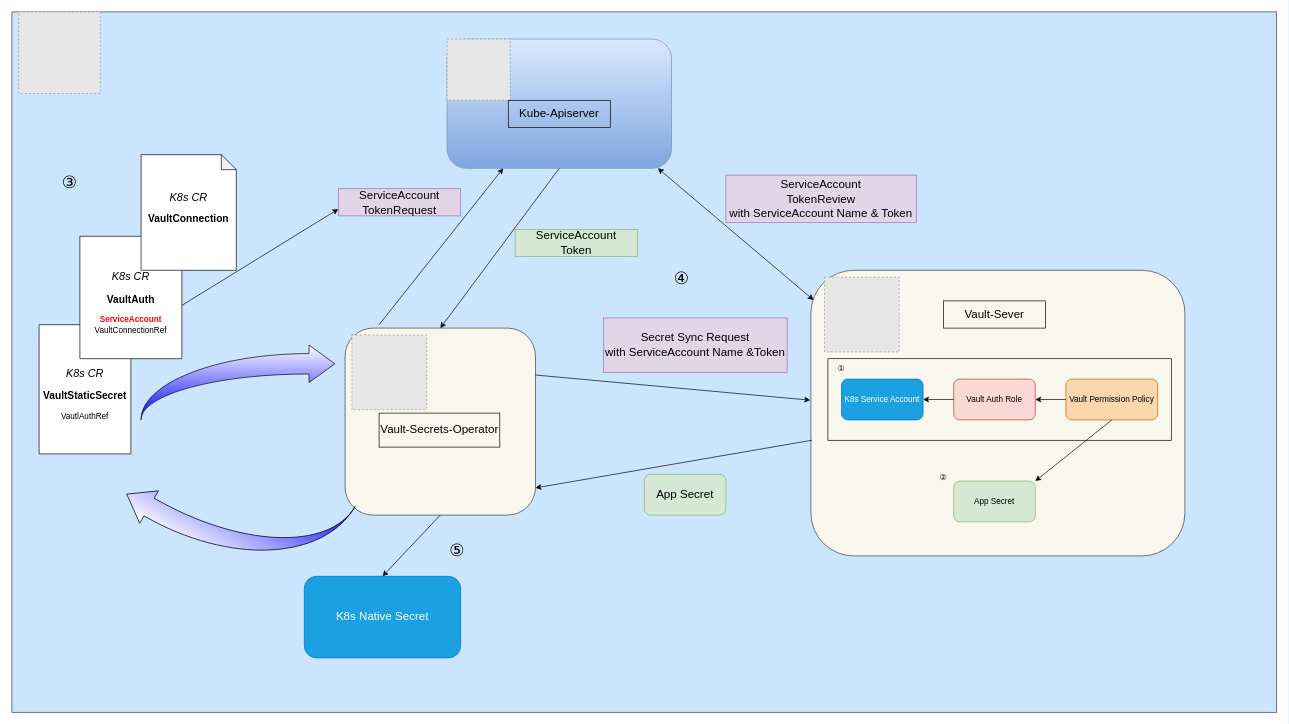
YanshanSong/draw.io keeps this draw.io diagram as page "workflow-and-mechanism" (3 of 3) of vault-secrets-operator-poc.drawio. Above is the earlier version. Source tidied: cells renumbered, new cells numbered last; positions are measured from the earlier drawing's top-left corner, leaving out a move shared by most shapes. Both pictures are drawn from the tidied source at 68%, with x=0, y=0 at pixel (12, 12). Pictures stored in the file or linked from it are replaced by grey dashed boxes.
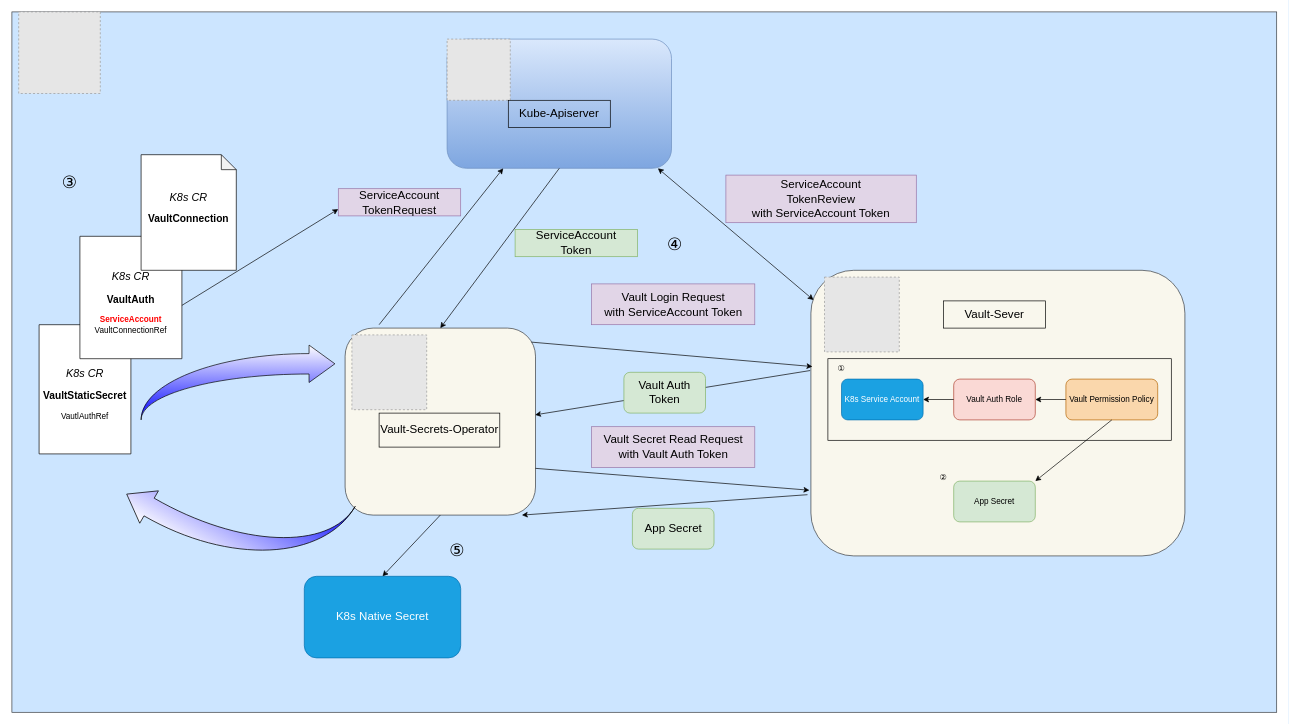
After the change.

The change refers to these unchanged cells:
```xml
<mxCell id="5" style="rounded=1;whiteSpace=wrap;html=1;fillColor=#f9f7ed;strokeColor=#36393d;" parent="4" vertex="1">
  <mxGeometry width="280" height="275" as="geometry" />
</mxCell>
<mxCell id="19" style="rounded=1;whiteSpace=wrap;html=1;fillColor=#f9f7ed;strokeColor=#36393d;" parent="18" vertex="1">
  <mxGeometry width="550" height="420" as="geometry" />
</mxCell>
```

The edit, as a diff of the source:
```diff
@@
-    <mxCell id="32" style="endArrow=classic;html=1;rounded=0;fontFamily=Helvetica;fontSize=12;fontColor=default;" parent="1" edge="1">
-      <mxGeometry relative="1" as="geometry">
-        <mxPoint x="770" y="534" as="sourcePoint" />
-        <mxPoint x="1174" y="571" as="targetPoint" />
-      </mxGeometry>
+    <mxCell id="32" style="endArrow=classic;html=1;rounded=0;fontFamily=Helvetica;fontSize=12;fontColor=default;exitX=0.979;exitY=0.075;exitDx=0;exitDy=0;exitPerimeter=0;entryX=0.004;entryY=0.337;entryDx=0;entryDy=0;entryPerimeter=0;" parent="1" edge="1" source="5" target="19">
+      <mxGeometry relative="1" as="geometry" />
     </mxCell>
-    <mxCell id="33" value="&lt;font style=&quot;font-size: 17px;&quot;&gt;Secret Sync Request&lt;br style=&quot;&quot;&gt;with ServiceAccount Name &amp;amp;Token&lt;/font&gt;" style="text;html=1;align=center;verticalAlign=middle;whiteSpace=wrap;rounded=0;fontFamily=Helvetica;fontSize=18;strokeColor=#9673a6;strokeWidth=1;fillColor=#e1d5e7;" parent="1" vertex="1">
-      <mxGeometry x="870" y="450" width="270" height="80" as="geometry" />
+    <mxCell id="33" value="&lt;font style=&quot;font-size: 17px;&quot;&gt;Vault Login Request&lt;br style=&quot;&quot;&gt;with ServiceAccount Token&lt;/font&gt;" style="text;html=1;align=center;verticalAlign=middle;whiteSpace=wrap;rounded=0;fontFamily=Helvetica;fontSize=18;strokeColor=#9673a6;strokeWidth=1;fillColor=#e1d5e7;" parent="1" vertex="1">
+      <mxGeometry x="852.5" y="400" width="240" height="60" as="geometry" />
     </mxCell>
-    <mxCell id="34" style="endArrow=classic;html=1;rounded=0;fontFamily=Helvetica;fontSize=12;fontColor=default;exitX=0.003;exitY=0.595;exitDx=0;exitDy=0;exitPerimeter=0;" parent="1" edge="1" source="19">
+    <mxCell id="34" style="endArrow=classic;html=1;rounded=0;fontFamily=Helvetica;fontSize=12;fontColor=default;" parent="1" edge="1">
       <mxGeometry relative="1" as="geometry">
-        <mxPoint x="770" y="700" as="targetPoint" />
+        <mxPoint x="1170" y="710" as="sourcePoint" />
+        <mxPoint x="750" y="740" as="targetPoint" />
       </mxGeometry>
     </mxCell>
     <mxCell id="35" value="&lt;font style=&quot;font-size: 17px;&quot;&gt;App Secret&lt;/font&gt;" style="rounded=1;whiteSpace=wrap;html=1;strokeColor=#82b366;align=center;verticalAlign=middle;fontFamily=Helvetica;fontSize=12;fillColor=#d5e8d4;" parent="1" vertex="1">
-      <mxGeometry x="930" y="680" width="120" height="60" as="geometry" />
+      <mxGeometry x="912.5" y="730" width="120" height="60" as="geometry" />
     </mxCell>
@@
-    <mxCell id="39" value="&lt;font style=&quot;font-size: 17px;&quot;&gt;ServiceAccount&lt;br style=&quot;&quot;&gt;TokenReview&lt;/font&gt;&lt;div&gt;&lt;span style=&quot;font-size: 17px;&quot;&gt;with ServiceAccount Name &amp;amp; Token&lt;/span&gt;&lt;/div&gt;" style="text;html=1;align=center;verticalAlign=middle;whiteSpace=wrap;rounded=0;fontFamily=Helvetica;fontSize=18;strokeColor=#9673a6;strokeWidth=1;fillColor=#e1d5e7;" parent="1" vertex="1">
+    <mxCell id="39" value="&lt;font style=&quot;font-size: 17px;&quot;&gt;ServiceAccount&lt;br style=&quot;&quot;&gt;TokenReview&lt;/font&gt;&lt;div&gt;&lt;span style=&quot;font-size: 17px;&quot;&gt;with ServiceAccount Token&lt;/span&gt;&lt;/div&gt;" style="text;html=1;align=center;verticalAlign=middle;whiteSpace=wrap;rounded=0;fontFamily=Helvetica;fontSize=18;strokeColor=#9673a6;strokeWidth=1;fillColor=#e1d5e7;" parent="1" vertex="1">
       <mxGeometry x="1050" y="240" width="280" height="70" as="geometry" />
     </mxCell>
@@
     <mxCell id="45" value="&lt;span style=&quot;font-size: 25px;&quot;&gt;④&lt;/span&gt;" style="text;html=1;align=center;verticalAlign=middle;whiteSpace=wrap;rounded=0;fontFamily=Helvetica;fontSize=12;fontColor=default;fillColor=none;" parent="1" vertex="1">
-      <mxGeometry x="940" y="350" width="90" height="80" as="geometry" />
+      <mxGeometry x="930" y="300" width="90" height="80" as="geometry" />
     </mxCell>
@@
+    <mxCell id="47" style="endArrow=classic;html=1;rounded=0;fontFamily=Helvetica;fontSize=12;fontColor=default;entryX=0.998;entryY=0.464;entryDx=0;entryDy=0;entryPerimeter=0;exitX=-0.002;exitY=0.351;exitDx=0;exitDy=0;exitPerimeter=0;" parent="1" edge="1" source="19" target="5">
+      <mxGeometry relative="1" as="geometry" />
+    </mxCell>
+    <mxCell id="48" value="&lt;font style=&quot;font-size: 17px;&quot;&gt;Vault Auth Token&lt;/font&gt;" style="rounded=1;whiteSpace=wrap;html=1;strokeColor=#82b366;align=center;verticalAlign=middle;fontFamily=Helvetica;fontSize=12;fillColor=#d5e8d4;" parent="1" vertex="1">
+      <mxGeometry x="900" y="530" width="120" height="60" as="geometry" />
+    </mxCell>
+    <mxCell id="49" style="endArrow=classic;html=1;rounded=0;fontFamily=Helvetica;fontSize=12;fontColor=default;entryX=-0.004;entryY=0.77;entryDx=0;entryDy=0;entryPerimeter=0;exitX=1;exitY=0.75;exitDx=0;exitDy=0;" parent="1" edge="1" source="5" target="19">
+      <mxGeometry relative="1" as="geometry" />
+    </mxCell>
+    <mxCell id="50" value="&lt;font style=&quot;font-size: 17px;&quot;&gt;Vault Secret Read Request&lt;br style=&quot;&quot;&gt;with Vault Auth Token&lt;/font&gt;" style="text;html=1;align=center;verticalAlign=middle;whiteSpace=wrap;rounded=0;fontFamily=Helvetica;fontSize=18;strokeColor=#9673a6;strokeWidth=1;fillColor=#e1d5e7;" parent="1" vertex="1">
+      <mxGeometry x="852.5" y="610" width="240" height="60" as="geometry" />
+    </mxCell>
```
